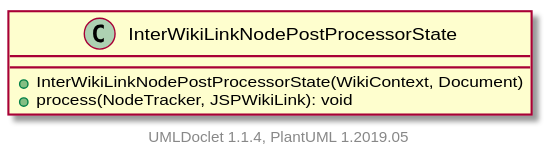
Before: apidocs/2.11.0.M7-SNAPSHOT/org/apache/wiki/markdown/extensions/jspwikilinks/postprocessor/InterWikiLinkNodePostProcessorState.svg, a diagram exported from PlantUML (apache/jspwiki-site). The source it was exported from:
```plantuml
@startuml

    class InterWikiLinkNodePostProcessorState [[InterWikiLinkNodePostProcessorState.html]] {
        +InterWikiLinkNodePostProcessorState(WikiContext, Document)
        +process(NodeTracker, JSPWikiLink): void
    }


    center footer UMLDoclet 1.1.4, PlantUML 1.2019.05
@enduml
```
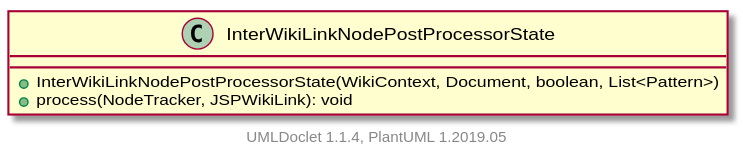
The same file after the commit.

Change to the diagram source:
```diff
@@ -1,7 +1,7 @@
 @startuml
 
     class InterWikiLinkNodePostProcessorState [[InterWikiLinkNodePostProcessorState.html]] {
-        +InterWikiLinkNodePostProcessorState(WikiContext, Document)
+        +InterWikiLinkNodePostProcessorState(WikiContext, Document, boolean, List<Pattern>)
         +process(NodeTracker, JSPWikiLink): void
     }
 
```
